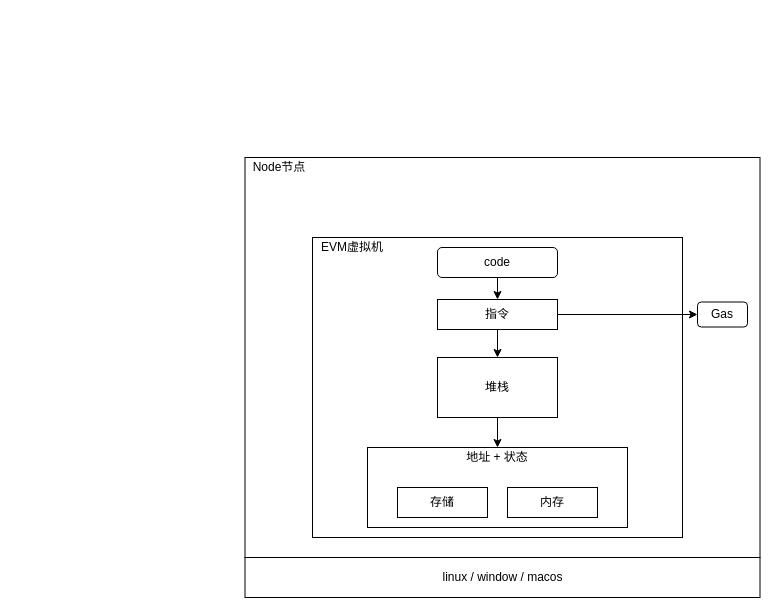
Before: web3.drawio in axtrur/resource, a draw.io diagram. Source tidied: cells renumbered, new cells numbered last; positions are measured from the earlier drawing's top-left corner, leaving out a move shared by most shapes. Both pictures are drawn from the tidied source at 100%, with x=0, y=0 at pixel (245, 157).
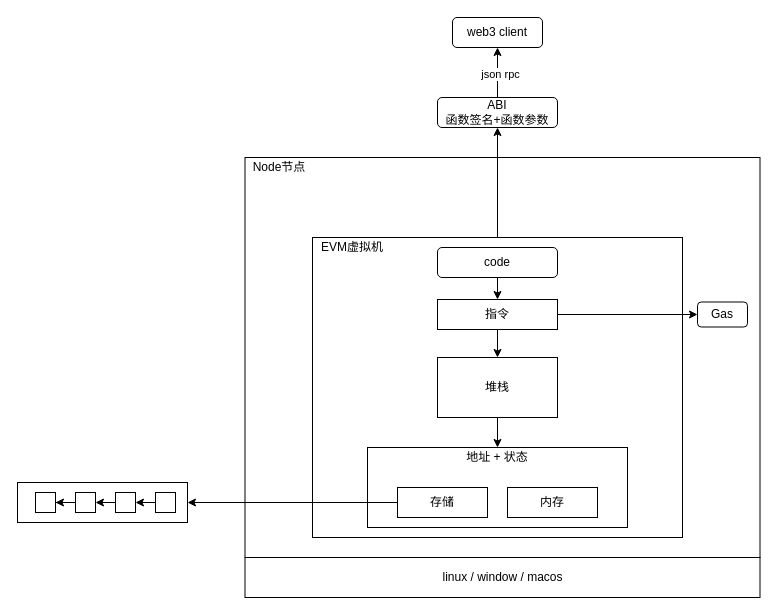
Above is the later version.

The change refers to these unchanged cells:
```xml
<mxCell id="3" style="rounded=0;whiteSpace=wrap;html=1;" parent="1" vertex="1">
  <mxGeometry x="67" y="80" width="370" height="300" as="geometry" />
</mxCell>
<mxCell id="5" value="存储" style="rounded=0;whiteSpace=wrap;html=1;" parent="1" vertex="1">
  <mxGeometry x="152" y="330" width="90" height="30" as="geometry" />
</mxCell>
```

Change to the diagram source:
```diff
@@
+    <mxCell id="19" style="rounded=0;whiteSpace=wrap;html=1;" parent="1" vertex="1">
+      <mxGeometry x="-228" y="325" width="170" height="40" as="geometry" />
+    </mxCell>
@@
+    <mxCell id="20" style="edgeStyle=orthogonalEdgeStyle;rounded=0;jettySize=auto;html=1;exitX=0.5;exitY=0;exitDx=0;exitDy=0;" parent="1" edge="1" source="3" target="24">
+      <mxGeometry relative="1" as="geometry" />
+    </mxCell>
@@
+    <mxCell id="21" style="edgeStyle=orthogonalEdgeStyle;rounded=0;jettySize=auto;html=1;exitX=0;exitY=0.5;exitDx=0;exitDy=0;entryX=1;entryY=0.5;entryDx=0;entryDy=0;" parent="1" edge="1" source="5" target="19">
+      <mxGeometry relative="1" as="geometry" />
+    </mxCell>
@@
+    <mxCell id="22" style="edgeStyle=orthogonalEdgeStyle;rounded=0;jettySize=auto;html=1;exitX=0.5;exitY=0;exitDx=0;exitDy=0;entryX=0.5;entryY=1;entryDx=0;entryDy=0;" parent="1" edge="1" source="24" target="32">
+      <mxGeometry relative="1" as="geometry" />
+    </mxCell>
+    <mxCell id="23" value="json rpc" style="edgeLabel;html=1;align=center;verticalAlign=middle;" parent="22" vertex="1">
+      <mxGeometry x="-0.05" y="-2" relative="1" as="geometry" />
+    </mxCell>
+    <mxCell id="24" value="ABI&lt;br&gt;函数签名+函数参数" style="rounded=1;whiteSpace=wrap;html=1;" parent="1" vertex="1">
+      <mxGeometry x="192" y="-60" width="120" height="30" as="geometry" />
+    </mxCell>
+    <mxCell id="25" style="rounded=0;whiteSpace=wrap;html=1;" parent="1" vertex="1">
+      <mxGeometry x="-210" y="335" width="20" height="20" as="geometry" />
+    </mxCell>
+    <mxCell id="26" style="edgeStyle=orthogonalEdgeStyle;rounded=0;jettySize=auto;html=1;exitX=0;exitY=0.5;exitDx=0;exitDy=0;" parent="1" edge="1" source="27" target="25">
+      <mxGeometry relative="1" as="geometry" />
+    </mxCell>
+    <mxCell id="27" style="rounded=0;whiteSpace=wrap;html=1;" parent="1" vertex="1">
+      <mxGeometry x="-170" y="335" width="20" height="20" as="geometry" />
+    </mxCell>
+    <mxCell id="28" style="edgeStyle=orthogonalEdgeStyle;rounded=0;jettySize=auto;html=1;exitX=0;exitY=0.5;exitDx=0;exitDy=0;entryX=1;entryY=0.5;entryDx=0;entryDy=0;" parent="1" edge="1" source="29" target="27">
+      <mxGeometry relative="1" as="geometry" />
+    </mxCell>
+    <mxCell id="29" style="rounded=0;whiteSpace=wrap;html=1;" parent="1" vertex="1">
+      <mxGeometry x="-130" y="335" width="20" height="20" as="geometry" />
+    </mxCell>
+    <mxCell id="30" style="edgeStyle=orthogonalEdgeStyle;rounded=0;jettySize=auto;html=1;exitX=0;exitY=0.5;exitDx=0;exitDy=0;entryX=1;entryY=0.5;entryDx=0;entryDy=0;" parent="1" edge="1" source="31" target="29">
+      <mxGeometry relative="1" as="geometry" />
+    </mxCell>
+    <mxCell id="31" style="rounded=0;whiteSpace=wrap;html=1;" parent="1" vertex="1">
+      <mxGeometry x="-90" y="335" width="20" height="20" as="geometry" />
+    </mxCell>
+    <mxCell id="32" value="web3 client" style="rounded=1;whiteSpace=wrap;html=1;" parent="1" vertex="1">
+      <mxGeometry x="207" y="-140" width="90" height="30" as="geometry" />
+    </mxCell>
```
